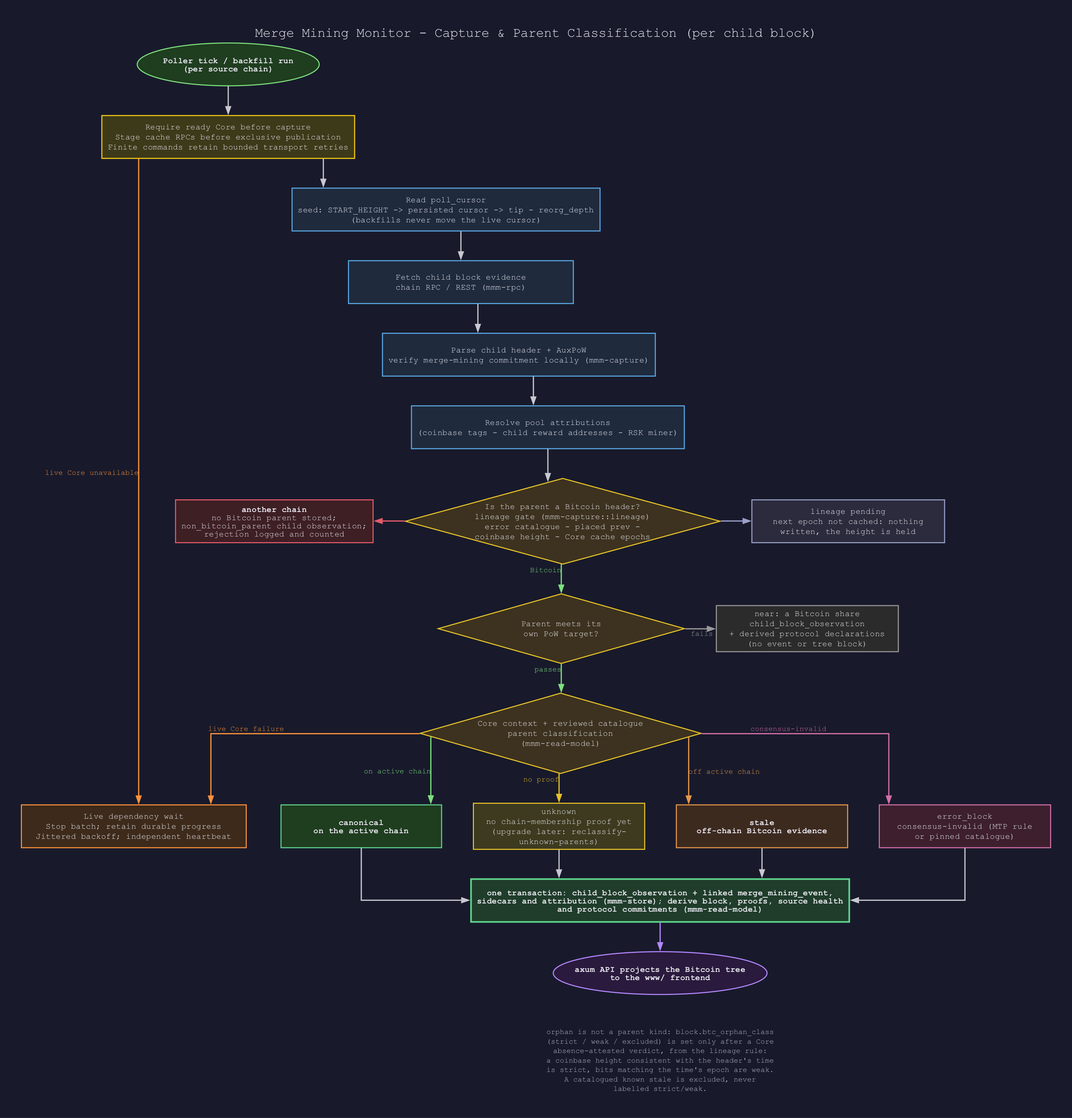
Above: docs/img/capture-classification-flow.png in deadmanoz/merge-mining-monitor (Graphviz), before the change. Its source is kept beside it as docs/img/capture-classification-flow.dot.
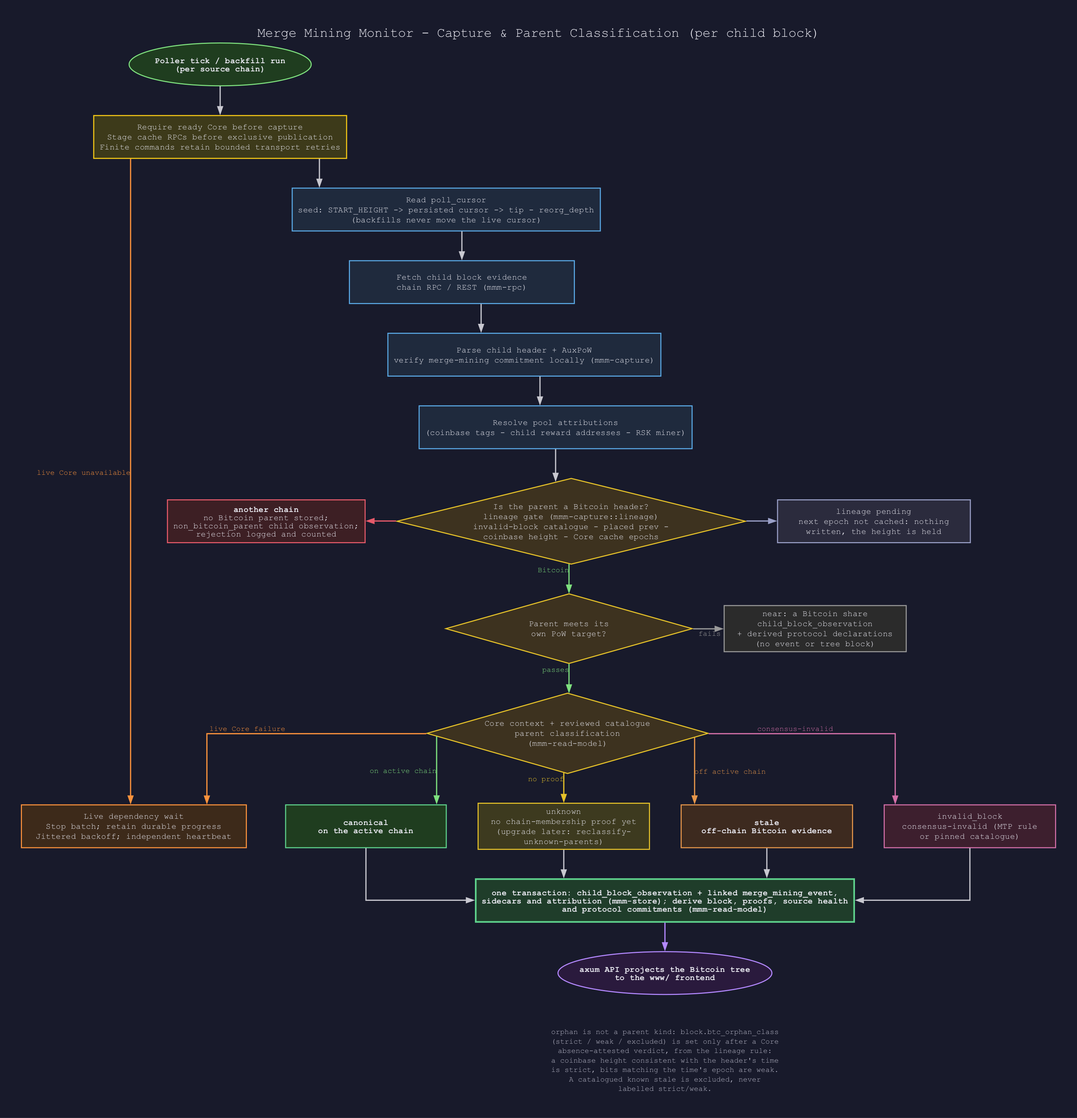
The same diagram one commit later.

Change to the diagram source:
```diff
@@ -21,7 +21,7 @@
            label="Resolve pool attributions\n(coinbase tags - child reward addresses - RSK miner)"];
 
   lineage [shape=diamond, width=5.2, height=1.6, fillcolor="#3d321f", color="#e6c229",
-           label="Is the parent a Bitcoin header?\nlineage gate (mmm-capture::lineage)\nerror catalogue - placed prev -\ncoinbase height - Core cache epochs"];
+           label="Is the parent a Bitcoin header?\nlineage gate (mmm-capture::lineage)\ninvalid-block catalogue - placed prev -\ncoinbase height - Core cache epochs"];
   foreign [fillcolor="#3d1f24", color="#e65a6a", width=3.6,
            label=<<b>another chain</b><br/>no Bitcoin parent stored;<br/>non_bitcoin_parent child observation;<br/>rejection logged and counted>];
   pending [fillcolor="#2b2b3d", color="#9aa0c8", width=3.6,
@@ -40,8 +40,8 @@
            label="unknown\nno chain-membership proof yet\n(upgrade later: reclassify-\nunknown-parents)"];
   stale   [fillcolor="#3d2a1f", color="#e6964a", width=3.2,
            label=<<b>stale</b><br/><b>off-chain Bitcoin evidence</b>>];
-  error   [fillcolor="#3d1f2e", color="#d36fa8", width=3.2,
-           label="error_block\nconsensus-invalid (MTP rule\nor pinned catalogue)"];
+  invalid [fillcolor="#3d1f2e", color="#d36fa8", width=3.2,
+           label="invalid_block\nconsensus-invalid (MTP rule\nor pinned catalogue)"];
 
   write   [fillcolor="#1f3d2a", color="#5fd38d", width=5.6, penwidth=2.2,
            label=<<b>one transaction: child_block_observation + linked merge_mining_event,</b><br/><b>sidecars and attribution (mmm-store); derive block, proofs, source health</b><br/><b>and protocol commitments (mmm-read-model)</b>>];
@@ -62,16 +62,16 @@
   core -> canonical  [xlabel="on active chain", fontcolor="#7ee07e", color="#7ee07e"];
   core -> unknown    [xlabel="no proof", fontcolor="#e6c229", color="#e6c229"];
   core -> stale      [xlabel="off active chain", fontcolor="#e6964a", color="#e6964a"];
-  core -> error      [xlabel="consensus-invalid", fontcolor="#d36fa8", color="#d36fa8"];
+  core -> invalid    [xlabel="consensus-invalid", fontcolor="#d36fa8", color="#d36fa8"];
 
   canonical -> write;
   unknown -> write;
   stale -> write;
-  error -> write;
+  invalid -> write;
   write -> api [color="#b388ff"];
   api -> note [style=invis];
 
   { rank=same; foreign; lineage; pending; }
   { rank=same; target; near; }
-  { rank=same; canonical; unknown; stale; error; }
+  { rank=same; canonical; unknown; stale; invalid; }
 }
```
